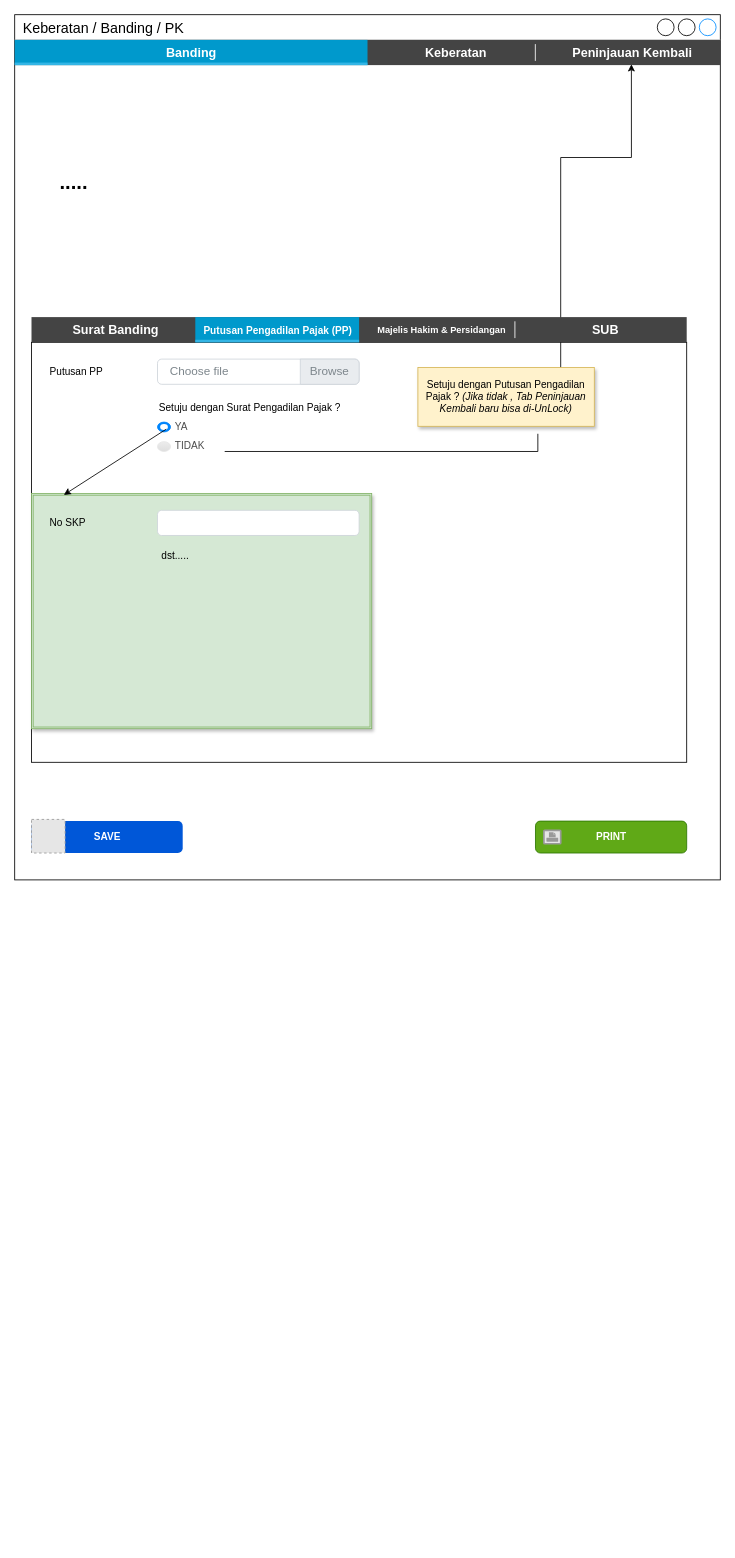
Above: page "4.3 Banding_PutusanPengadilan" (17 of 21) of TAMS.drawio in prasetyodavid/TAMS (draw.io), before the change. Source tidied: cells renumbered, new cells numbered last; positions are measured from the earlier drawing's top-left corner, leaving out a move shared by most shapes. Both pictures are drawn from the tidied source at 84%, with x=0, y=0 at pixel (14, 14). Pictures stored in the file or linked from it are replaced by grey dashed boxes.
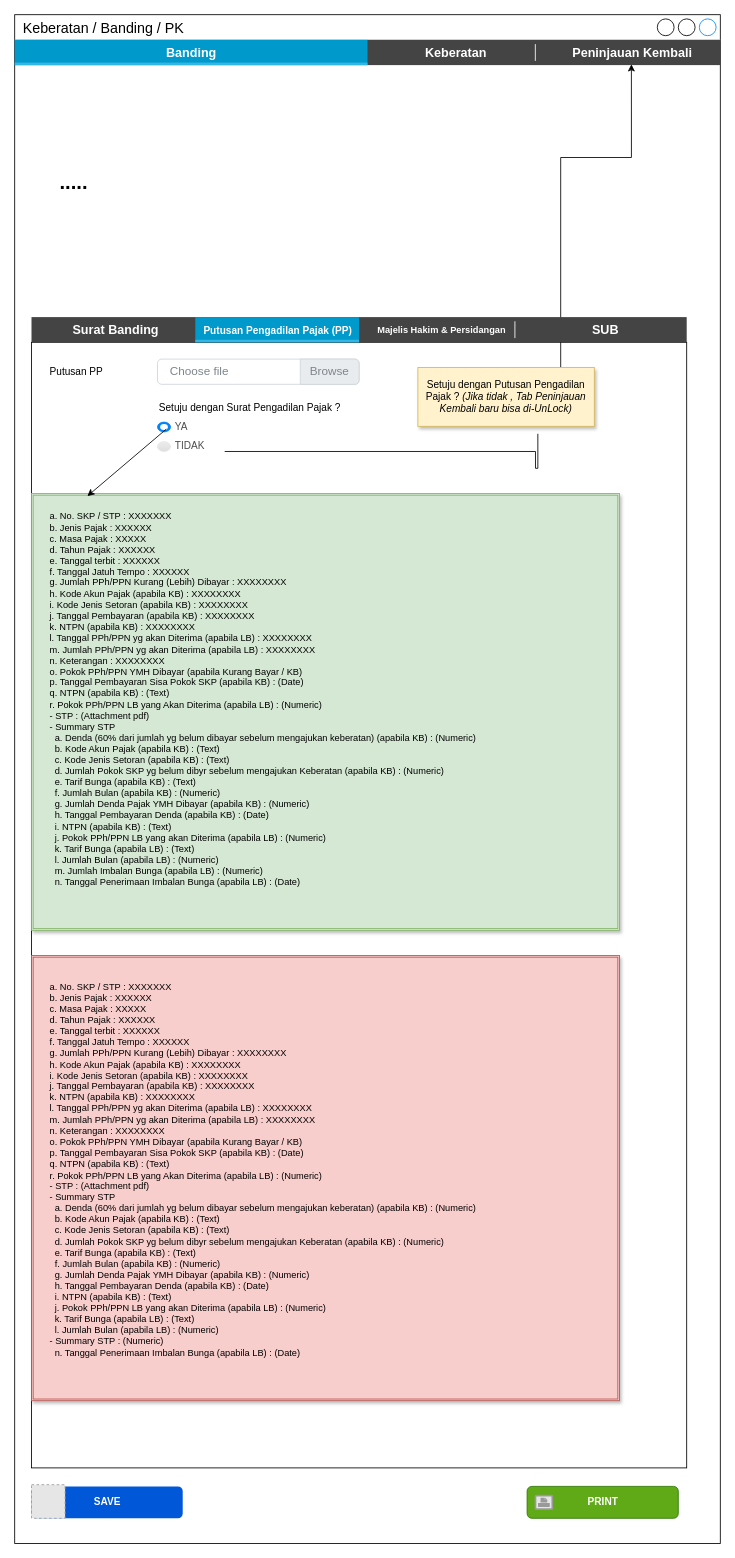
The same diagram, later.

The change refers to these unchanged cells:
```xml
<mxCell id="29" value="&lt;span style=&quot;text-align: left;&quot;&gt;Setuju dengan Putusan Pengadilan Pajak ?&amp;nbsp;&lt;/span&gt;&lt;i&gt;(Jika tidak , Tab Peninjauan Kembali baru bisa di-UnLock)&lt;/i&gt;" style="text;html=1;strokeColor=#d6b656;fillColor=#fff2cc;align=center;verticalAlign=middle;whiteSpace=wrap;rounded=0;shadow=1;" parent="1" vertex="1">
  <mxGeometry x="480" y="420" width="210" height="70" as="geometry" />
</mxCell>
```

The edit, as a diff of the source:
```diff
@@
     <mxCell id="2" value="Keberatan / Banding / PK" style="strokeWidth=1;shadow=0;dashed=0;align=center;html=1;shape=mxgraph.mockup.containers.window;align=left;verticalAlign=top;spacingLeft=8;strokeColor2=#008cff;strokeColor3=#c4c4c4;mainText=;fontSize=17;labelBackgroundColor=none;fillColor=#FFFFFF;" parent="1" vertex="1">
-      <mxGeometry width="840" height="1030" as="geometry" />
+      <mxGeometry width="840" height="1820" as="geometry" />
     </mxCell>
     <mxCell id="3" style="group;" parent="1" vertex="1">
-      <mxGeometry x="620" y="960" width="180" height="38" as="geometry" />
+      <mxGeometry x="610" y="1752" width="180" height="38" as="geometry" />
     </mxCell>
@@
     <mxCell id="6" style="group;" parent="1" vertex="1">
-      <mxGeometry x="20" y="958" width="180" height="40" as="geometry" />
+      <mxGeometry x="20" y="1750" width="180" height="40" as="geometry" />
     </mxCell>
@@
     <mxCell id="9" style="rounded=0;whiteSpace=wrap;html=1;fontSize=15;" parent="1" vertex="1">
-      <mxGeometry x="20" y="390" width="780" height="500" as="geometry" />
+      <mxGeometry x="20" y="390" width="780" height="1340" as="geometry" />
     </mxCell>
@@
     <mxCell id="26" style="shape=ext;double=1;rounded=0;whiteSpace=wrap;html=1;shadow=1;strokeColor=#82b366;strokeWidth=1;fillColor=#d5e8d4;" parent="1" vertex="1">
-      <mxGeometry x="20" y="570" width="405" height="280" as="geometry" />
+      <mxGeometry x="20" y="570" width="700" height="520" as="geometry" />
     </mxCell>
@@
-    <mxCell id="30" style="edgeStyle=segmentEdgeStyle;endArrow=none;html=1;rounded=0;entryX=0.68;entryY=1.127;entryDx=0;entryDy=0;entryPerimeter=0;" parent="1" edge="1" target="29">
+    <mxCell id="30" style="edgeStyle=segmentEdgeStyle;endArrow=none;html=1;rounded=0;entryX=0.68;entryY=1.127;entryDx=0;entryDy=0;entryPerimeter=0;startArrow=none;" parent="1" edge="1" target="29">
       <mxGeometry relative="1" as="geometry">
-        <mxPoint x="250" y="520" as="sourcePoint" />
+        <mxPoint x="620" y="540" as="sourcePoint" />
       </mxGeometry>
     </mxCell>
-    <mxCell id="31" value="No SKP" style="text;html=1;strokeColor=none;fillColor=none;align=left;verticalAlign=middle;whiteSpace=wrap;rounded=0;fontColor=default;" parent="1" vertex="1">
-      <mxGeometry x="40" y="590" width="120" height="30" as="geometry" />
-    </mxCell>
-    <mxCell id="32" style="html=1;shadow=0;dashed=0;shape=mxgraph.bootstrap.rrect;rSize=5;strokeColor=#CED4DA;html=1;whiteSpace=wrap;fillColor=#FFFFFF;fontColor=#7D868C;align=left;spacing=15;spacingLeft=40;fontSize=14;" parent="1" vertex="1">
-      <mxGeometry x="170" y="590" width="240" height="30" as="geometry" />
-    </mxCell>
-    <mxCell id="33" value="dst....." style="text;html=1;strokeColor=none;fillColor=none;align=left;verticalAlign=middle;whiteSpace=wrap;rounded=0;fontColor=default;" parent="1" vertex="1">
-      <mxGeometry x="172.5" y="630" width="120" height="30" as="geometry" />
-    </mxCell>
@@
+    <mxCell id="33" value="&lt;div style=&quot;font-size: 11px;&quot;&gt;&lt;br style=&quot;font-size: 11px;&quot;&gt;&lt;/div&gt;&lt;div style=&quot;font-size: 11px;&quot;&gt;a. No. SKP / STP : XXXXXXX&lt;/div&gt;&lt;div style=&quot;font-size: 11px;&quot;&gt;b. Jenis Pajak : XXXXXX&lt;/div&gt;&lt;div style=&quot;font-size: 11px;&quot;&gt;c. Masa Pajak : XXXXX&lt;/div&gt;&lt;div style=&quot;font-size: 11px;&quot;&gt;d. Tahun Pajak : XXXXXX&lt;/div&gt;&lt;div style=&quot;font-size: 11px;&quot;&gt;e. Tanggal terbit : XXXXXX&lt;/div&gt;&lt;div style=&quot;font-size: 11px;&quot;&gt;f. Tanggal Jatuh Tempo : XXXXXX&lt;/div&gt;&lt;div style=&quot;font-size: 11px;&quot;&gt;g. Jumlah PPh/PPN Kurang (Lebih) Dibayar : XXXXXXXX&lt;/div&gt;&lt;div style=&quot;font-size: 11px;&quot;&gt;h. Kode Akun Pajak (apabila KB) : XXXXXXXX&lt;/div&gt;&lt;div style=&quot;font-size: 11px;&quot;&gt;i. Kode Jenis Setoran (apabila KB) : XXXXXXXX&lt;/div&gt;&lt;div style=&quot;font-size: 11px;&quot;&gt;j. Tanggal Pembayaran (apabila KB) : XXXXXXXX&lt;/div&gt;&lt;div style=&quot;font-size: 11px;&quot;&gt;k. NTPN (apabila KB) : XXXXXXXX&lt;/div&gt;&lt;div style=&quot;font-size: 11px;&quot;&gt;l. Tanggal PPh/PPN yg akan Diterima (apabila LB) : XXXXXXXX&lt;/div&gt;&lt;div style=&quot;font-size: 11px;&quot;&gt;m. Jumlah PPh/PPN yg akan Diterima (apabila LB) : XXXXXXXX&lt;/div&gt;&lt;div style=&quot;font-size: 11px;&quot;&gt;n. Keterangan : XXXXXXXX&amp;nbsp;&amp;nbsp;&lt;/div&gt;&lt;div style=&quot;font-size: 11px;&quot;&gt;o. Pokok PPh/PPN YMH Dibayar (apabila Kurang Bayar / KB)&lt;/div&gt;&lt;div style=&quot;font-size: 11px;&quot;&gt;p. Tanggal Pembayaran Sisa Pokok SKP (apabila KB)&lt;span style=&quot;font-size: 11px;&quot;&gt; &lt;/span&gt;:&lt;span style=&quot;font-size: 11px;&quot;&gt; &lt;/span&gt;(Date)&lt;/div&gt;&lt;div style=&quot;font-size: 11px;&quot;&gt;q. NTPN (apabila KB)&lt;span style=&quot;font-size: 11px;&quot;&gt; &lt;/span&gt;:&lt;span style=&quot;font-size: 11px;&quot;&gt; &lt;/span&gt;(Text)&lt;/div&gt;&lt;div style=&quot;font-size: 11px;&quot;&gt;r. Pokok PPh/PPN LB yang Akan Diterima (apabila LB)&lt;span style=&quot;font-size: 11px;&quot;&gt; &lt;/span&gt;:&lt;span style=&quot;font-size: 11px;&quot;&gt; &lt;/span&gt;(Numeric)&lt;/div&gt;&lt;div style=&quot;font-size: 11px;&quot;&gt;- STP&lt;span style=&quot;font-size: 11px;&quot;&gt; &lt;/span&gt;:&lt;span style=&quot;font-size: 11px;&quot;&gt; &lt;/span&gt;(Attachment pdf)&lt;/div&gt;&lt;div style=&quot;font-size: 11px;&quot;&gt;- Summary STP&lt;span style=&quot;font-size: 11px;&quot;&gt;  &lt;/span&gt;&lt;/div&gt;&lt;div style=&quot;font-size: 11px;&quot;&gt;&amp;nbsp; a. Denda (60% dari jumlah yg belum dibayar sebelum mengajukan keberatan) (apabila KB)&lt;span style=&quot;font-size: 11px;&quot;&gt; &lt;/span&gt;:&lt;span style=&quot;font-size: 11px;&quot;&gt; &lt;/span&gt;(Numeric)&lt;/div&gt;&lt;div style=&quot;font-size: 11px;&quot;&gt;&amp;nbsp; b. Kode Akun Pajak (apabila KB)&lt;span style=&quot;font-size: 11px;&quot;&gt; &lt;/span&gt;:&lt;span style=&quot;font-size: 11px;&quot;&gt; &lt;/span&gt;(Text)&lt;/div&gt;&lt;div style=&quot;font-size: 11px;&quot;&gt;&amp;nbsp; c. Kode Jenis Setoran (apabila KB)&lt;span style=&quot;font-size: 11px;&quot;&gt; &lt;/span&gt;:&lt;span style=&quot;font-size: 11px;&quot;&gt; &lt;/span&gt;(Text)&lt;/div&gt;&lt;div style=&quot;font-size: 11px;&quot;&gt;&amp;nbsp; d. Jumlah Pokok SKP yg belum dibyr sebelum mengajukan Keberatan (apabila KB)&lt;span style=&quot;font-size: 11px;&quot;&gt; &lt;/span&gt;:&lt;span style=&quot;font-size: 11px;&quot;&gt; &lt;/span&gt;(Numeric)&lt;/div&gt;&lt;div style=&quot;font-size: 11px;&quot;&gt;&amp;nbsp; e. Tarif Bunga (apabila KB)&lt;span style=&quot;font-size: 11px;&quot;&gt; &lt;/span&gt;:&lt;span style=&quot;font-size: 11px;&quot;&gt; &lt;/span&gt;(Text)&lt;/div&gt;&lt;div style=&quot;font-size: 11px;&quot;&gt;&amp;nbsp; f. Jumlah Bulan (apabila KB)&lt;span style=&quot;font-size: 11px;&quot;&gt; &lt;/span&gt;:&lt;span style=&quot;font-size: 11px;&quot;&gt; &lt;/span&gt;(Numeric)&lt;/div&gt;&lt;div style=&quot;font-size: 11px;&quot;&gt;&amp;nbsp; g. Jumlah Denda Pajak YMH Dibayar (apabila KB)&lt;span style=&quot;font-size: 11px;&quot;&gt; &lt;/span&gt;:&lt;span style=&quot;font-size: 11px;&quot;&gt; &lt;/span&gt;(Numeric)&lt;/div&gt;&lt;div style=&quot;font-size: 11px;&quot;&gt;&amp;nbsp; h. Tanggal Pembayaran Denda (apabila KB)&lt;span style=&quot;font-size: 11px;&quot;&gt; &lt;/span&gt;:&lt;span style=&quot;font-size: 11px;&quot;&gt; &lt;/span&gt;(Date)&lt;/div&gt;&lt;div style=&quot;font-size: 11px;&quot;&gt;&amp;nbsp; i. NTPN (apabila KB)&lt;span style=&quot;font-size: 11px;&quot;&gt; &lt;/span&gt;:&lt;span style=&quot;font-size: 11px;&quot;&gt; &lt;/span&gt;(Text)&lt;/div&gt;&lt;div style=&quot;font-size: 11px;&quot;&gt;&amp;nbsp; j. Pokok PPh/PPN LB yang akan Diterima (apabila LB)&lt;span style=&quot;font-size: 11px;&quot;&gt; &lt;/span&gt;:&lt;span style=&quot;font-size: 11px;&quot;&gt; &lt;/span&gt;(Numeric)&lt;/div&gt;&lt;div style=&quot;font-size: 11px;&quot;&gt;&amp;nbsp; k. Tarif Bunga (apabila LB)&lt;span style=&quot;font-size: 11px;&quot;&gt; &lt;/span&gt;:&lt;span style=&quot;font-size: 11px;&quot;&gt; &lt;/span&gt;(Text)&lt;/div&gt;&lt;div style=&quot;font-size: 11px;&quot;&gt;&amp;nbsp; l. Jumlah Bulan (apabila LB)&lt;span style=&quot;font-size: 11px;&quot;&gt; &lt;/span&gt;:&lt;span style=&quot;font-size: 11px;&quot;&gt; &lt;/span&gt;(Numeric)&lt;/div&gt;&lt;div style=&quot;font-size: 11px;&quot;&gt;&amp;nbsp; m. Jumlah Imbalan Bunga (apabila LB)&lt;span style=&quot;font-size: 11px;&quot;&gt; &lt;/span&gt;:&lt;span style=&quot;font-size: 11px;&quot;&gt; &lt;/span&gt;(Numeric)&lt;/div&gt;&lt;div style=&quot;font-size: 11px;&quot;&gt;&amp;nbsp; n. Tanggal Penerimaan Imbalan Bunga (apabila LB)&lt;span style=&quot;font-size: 11px;&quot;&gt; &lt;/span&gt;:&lt;span style=&quot;font-size: 11px;&quot;&gt; &lt;/span&gt;(Date)&lt;/div&gt;&lt;div style=&quot;font-size: 11px;&quot;&gt;&lt;br style=&quot;font-size: 11px;&quot;&gt;&lt;/div&gt;" style="text;html=1;strokeColor=none;fillColor=none;align=left;verticalAlign=middle;whiteSpace=wrap;rounded=0;fontColor=default;fontSize=11;" parent="1" vertex="1">
+      <mxGeometry x="40" y="580" width="587.5" height="470" as="geometry" />
+    </mxCell>
+    <mxCell id="41" style="edgeStyle=segmentEdgeStyle;endArrow=none;html=1;rounded=0;" parent="1" edge="1">
+      <mxGeometry relative="1" as="geometry">
+        <mxPoint x="250" y="520" as="sourcePoint" />
+        <mxPoint x="620" y="540" as="targetPoint" />
+      </mxGeometry>
+    </mxCell>
+    <mxCell id="42" style="shape=ext;double=1;rounded=0;whiteSpace=wrap;html=1;shadow=1;strokeColor=#b85450;strokeWidth=1;fillColor=#f8cecc;" parent="1" vertex="1">
+      <mxGeometry x="20" y="1120" width="700" height="530" as="geometry" />
+    </mxCell>
+    <mxCell id="43" value="&lt;div style=&quot;&quot;&gt;&lt;div style=&quot;&quot;&gt;&lt;br&gt;&lt;/div&gt;&lt;div style=&quot;&quot;&gt;a. No. SKP / STP : XXXXXXX&lt;/div&gt;&lt;div style=&quot;&quot;&gt;b. Jenis Pajak : XXXXXX&lt;/div&gt;&lt;div style=&quot;&quot;&gt;c. Masa Pajak : XXXXX&lt;/div&gt;&lt;div style=&quot;&quot;&gt;d. Tahun Pajak : XXXXXX&lt;/div&gt;&lt;div style=&quot;&quot;&gt;e. Tanggal terbit : XXXXXX&lt;/div&gt;&lt;div style=&quot;&quot;&gt;f. Tanggal Jatuh Tempo : XXXXXX&lt;/div&gt;&lt;div style=&quot;&quot;&gt;g. Jumlah PPh/PPN Kurang (Lebih) Dibayar : XXXXXXXX&lt;/div&gt;&lt;div style=&quot;&quot;&gt;h. Kode Akun Pajak (apabila KB) : XXXXXXXX&lt;/div&gt;&lt;div style=&quot;&quot;&gt;i. Kode Jenis Setoran (apabila KB) : XXXXXXXX&lt;/div&gt;&lt;div style=&quot;&quot;&gt;j. Tanggal Pembayaran (apabila KB) : XXXXXXXX&lt;/div&gt;&lt;div style=&quot;&quot;&gt;k. NTPN (apabila KB) : XXXXXXXX&lt;/div&gt;&lt;div style=&quot;&quot;&gt;l. Tanggal PPh/PPN yg akan Diterima (apabila LB) : XXXXXXXX&lt;/div&gt;&lt;div style=&quot;&quot;&gt;m. Jumlah PPh/PPN yg akan Diterima (apabila LB) : XXXXXXXX&lt;/div&gt;&lt;div style=&quot;&quot;&gt;n. Keterangan : XXXXXXXX&amp;nbsp;&amp;nbsp;&lt;/div&gt;&lt;div style=&quot;&quot;&gt;o. Pokok PPh/PPN YMH Dibayar (apabila Kurang Bayar / KB)&lt;/div&gt;&lt;div style=&quot;&quot;&gt;&lt;div&gt;p. Tanggal Pembayaran Sisa Pokok SKP (apabila KB)&lt;span style=&quot;&quot;&gt; &lt;/span&gt;:&lt;span style=&quot;&quot;&gt; &lt;/span&gt;(Date)&lt;/div&gt;&lt;div&gt;q. NTPN (apabila KB)&lt;span style=&quot;&quot;&gt; &lt;/span&gt;:&lt;span style=&quot;&quot;&gt; &lt;/span&gt;(Text)&lt;/div&gt;&lt;div&gt;r. Pokok PPh/PPN LB yang Akan Diterima (apabila LB)&lt;span style=&quot;&quot;&gt; &lt;/span&gt;:&lt;span style=&quot;&quot;&gt; &lt;/span&gt;(Numeric)&lt;/div&gt;&lt;div&gt;- STP&lt;span style=&quot;&quot;&gt; &lt;/span&gt;:&lt;span style=&quot;&quot;&gt; &lt;/span&gt;(Attachment pdf)&lt;/div&gt;&lt;div&gt;- Summary STP&lt;span style=&quot;&quot;&gt;  &lt;/span&gt;&lt;/div&gt;&lt;div&gt;&amp;nbsp; a. Denda (60% dari jumlah yg belum dibayar sebelum mengajukan keberatan) (apabila KB)&lt;span style=&quot;&quot;&gt; &lt;/span&gt;:&lt;span style=&quot;&quot;&gt; &lt;/span&gt;(Numeric)&lt;/div&gt;&lt;div&gt;&amp;nbsp; b. Kode Akun Pajak (apabila KB)&lt;span style=&quot;&quot;&gt; &lt;/span&gt;:&lt;span style=&quot;&quot;&gt; &lt;/span&gt;(Text)&lt;/div&gt;&lt;div&gt;&amp;nbsp; c. Kode Jenis Setoran (apabila KB)&lt;span style=&quot;&quot;&gt; &lt;/span&gt;:&lt;span style=&quot;&quot;&gt; &lt;/span&gt;(Text)&lt;/div&gt;&lt;div&gt;&amp;nbsp; d. Jumlah Pokok SKP yg belum dibyr sebelum mengajukan Keberatan (apabila KB)&lt;span style=&quot;&quot;&gt; &lt;/span&gt;:&lt;span style=&quot;&quot;&gt; &lt;/span&gt;(Numeric)&lt;/div&gt;&lt;div&gt;&amp;nbsp; e. Tarif Bunga (apabila KB)&lt;span style=&quot;&quot;&gt; &lt;/span&gt;:&lt;span style=&quot;&quot;&gt; &lt;/span&gt;(Text)&lt;/div&gt;&lt;div&gt;&amp;nbsp; f. Jumlah Bulan (apabila KB)&lt;span style=&quot;&quot;&gt; &lt;/span&gt;:&lt;span style=&quot;&quot;&gt; &lt;/span&gt;(Numeric)&lt;/div&gt;&lt;div&gt;&amp;nbsp; g. Jumlah Denda Pajak YMH Dibayar (apabila KB)&lt;span style=&quot;&quot;&gt; &lt;/span&gt;:&lt;span style=&quot;&quot;&gt; &lt;/span&gt;(Numeric)&lt;/div&gt;&lt;div&gt;&amp;nbsp; h. Tanggal Pembayaran Denda (apabila KB)&lt;span style=&quot;&quot;&gt; &lt;/span&gt;:&lt;span style=&quot;&quot;&gt; &lt;/span&gt;(Date)&lt;/div&gt;&lt;div&gt;&amp;nbsp; i. NTPN (apabila KB)&lt;span style=&quot;&quot;&gt; &lt;/span&gt;:&lt;span style=&quot;&quot;&gt; &lt;/span&gt;(Text)&lt;/div&gt;&lt;div&gt;&amp;nbsp; j. Pokok PPh/PPN LB yang akan Diterima (apabila LB)&lt;span style=&quot;&quot;&gt; &lt;/span&gt;:&lt;span style=&quot;&quot;&gt; &lt;/span&gt;(Numeric)&lt;/div&gt;&lt;div&gt;&amp;nbsp; k. Tarif Bunga (apabila LB)&lt;span style=&quot;&quot;&gt; &lt;/span&gt;:&lt;span style=&quot;&quot;&gt; &lt;/span&gt;(Text)&lt;/div&gt;&lt;div&gt;&amp;nbsp; l. Jumlah Bulan (apabila LB)&lt;span style=&quot;&quot;&gt; &lt;/span&gt;:&lt;span style=&quot;&quot;&gt; &lt;/span&gt;(Numeric)&lt;/div&gt;&lt;div&gt;- Summary STP&lt;span style=&quot;&quot;&gt; &lt;/span&gt;:&lt;span style=&quot;&quot;&gt; &lt;/span&gt;(Numeric)&lt;/div&gt;&lt;div&gt;&amp;nbsp; n. Tanggal Penerimaan Imbalan Bunga (apabila LB)&lt;span style=&quot;&quot;&gt; &lt;/span&gt;:&lt;span style=&quot;&quot;&gt; &lt;/span&gt;(Date)&lt;/div&gt;&lt;/div&gt;&lt;div style=&quot;font-size: 11px;&quot;&gt;&lt;br&gt;&lt;/div&gt;&lt;/div&gt;" style="text;html=1;strokeColor=none;fillColor=none;align=left;verticalAlign=middle;whiteSpace=wrap;rounded=0;fontColor=default;fontSize=11;" parent="1" vertex="1">
+      <mxGeometry x="40" y="1140" width="587.5" height="470" as="geometry" />
+    </mxCell>
```
